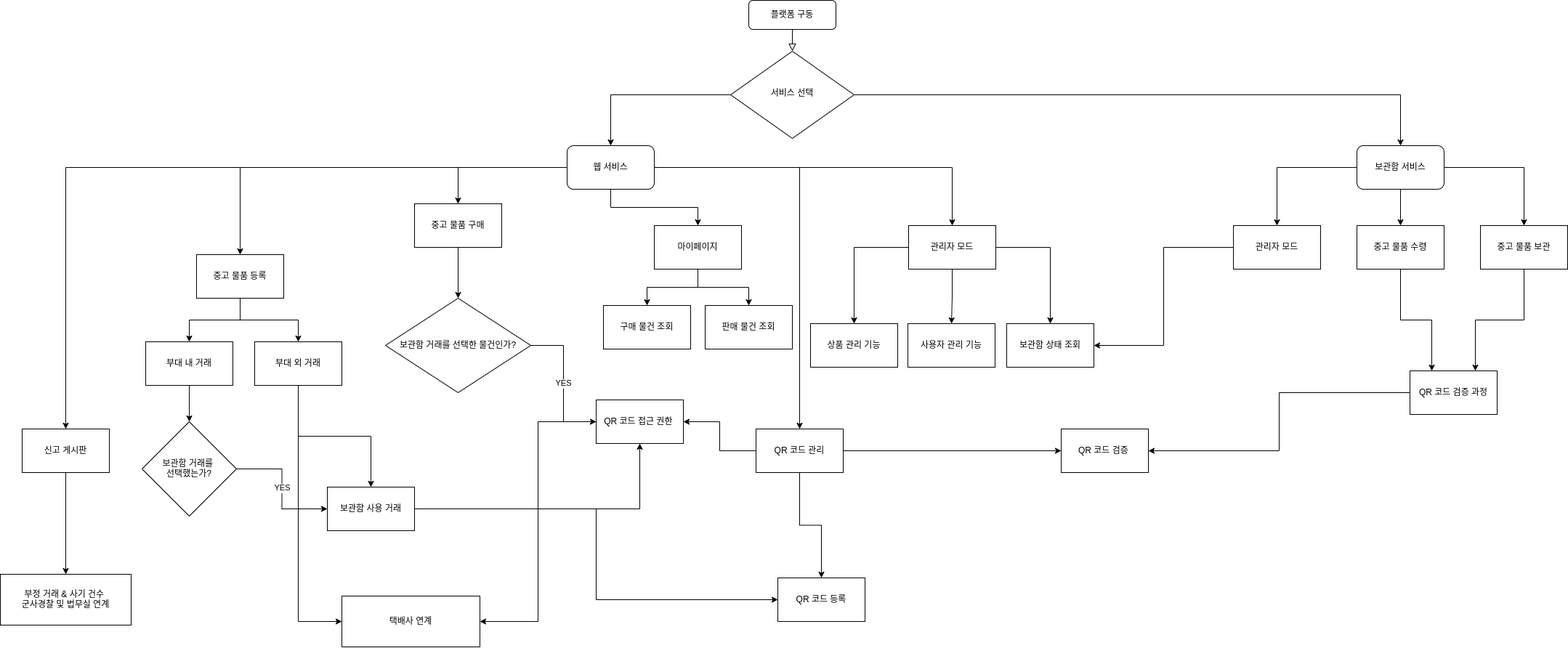
osamhack2021/WEB_IOT_ComradeMarket_MiscThings keeps this draw.io diagram as image/OSAM-platform.png. Above is the earlier version. Source tidied: cells renumbered, new cells last; positions are measured from the earlier drawing's top-left corner, leaving out a move shared by most shapes.
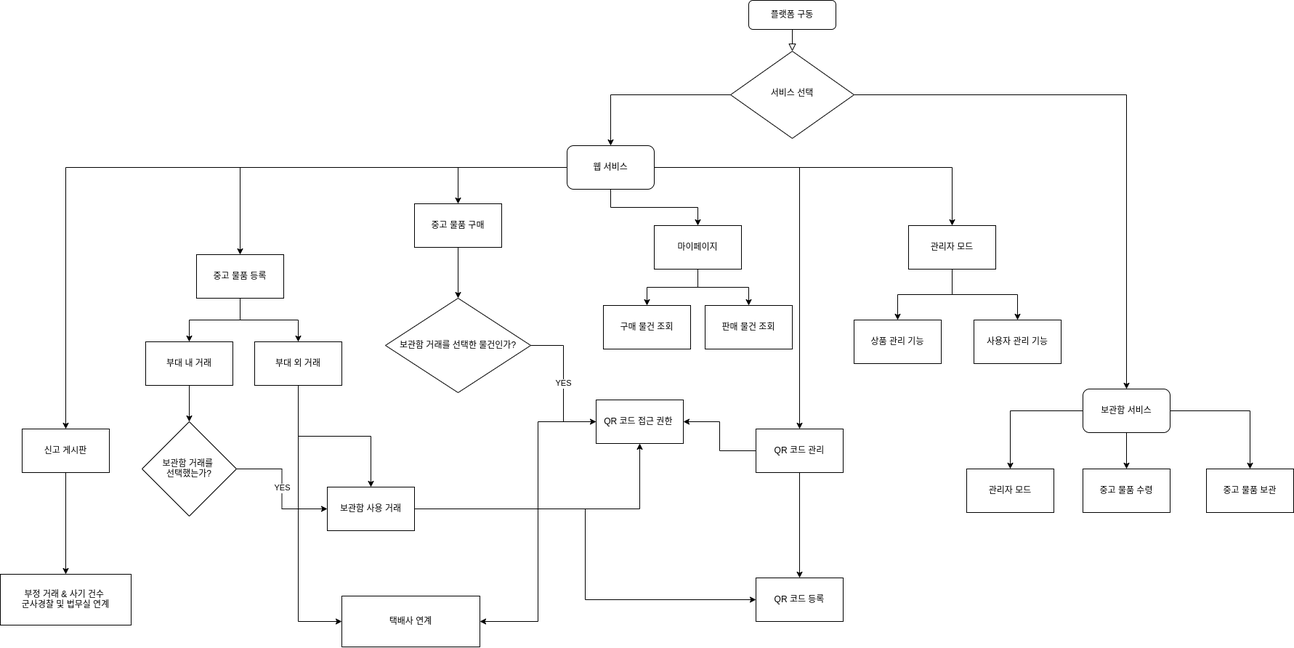
After the change.

Change to the diagram source:
```diff
@@ -48,7 +48,7 @@
       <mxGeometry relative="1" as="geometry" />
     </mxCell>
     <mxCell id="17" value="보관함 서비스" style="rounded=1;whiteSpace=wrap;html=1;" parent="1" vertex="1">
-      <mxGeometry x="1867" y="200" width="120" height="60" as="geometry" />
+      <mxGeometry x="1490" y="535" width="120" height="60" as="geometry" />
     </mxCell>
     <mxCell id="18" style="edgeStyle=orthogonalEdgeStyle;rounded=0;jettySize=auto;html=1;" parent="1" edge="1" source="20" target="43">
       <mxGeometry relative="1" as="geometry" />
@@ -71,9 +71,6 @@
     <mxCell id="24" style="edgeStyle=orthogonalEdgeStyle;rounded=0;jettySize=auto;html=1;" parent="1" edge="1" source="27" target="49">
       <mxGeometry relative="1" as="geometry" />
     </mxCell>
-    <mxCell id="25" style="edgeStyle=orthogonalEdgeStyle;rounded=0;jettySize=auto;html=1;" parent="1" edge="1" source="27" target="50">
-      <mxGeometry relative="1" as="geometry" />
-    </mxCell>
     <mxCell id="26" style="edgeStyle=orthogonalEdgeStyle;rounded=0;jettySize=auto;html=1;entryX=1;entryY=0.5;entryDx=0;entryDy=0;" parent="1" edge="1" source="27" target="61">
       <mxGeometry relative="1" as="geometry" />
     </mxCell>
@@ -83,9 +80,6 @@
     <mxCell id="28" style="edgeStyle=orthogonalEdgeStyle;rounded=0;jettySize=auto;html=1;" parent="1" edge="1" source="31" target="52">
       <mxGeometry relative="1" as="geometry" />
     </mxCell>
-    <mxCell id="29" style="edgeStyle=orthogonalEdgeStyle;rounded=0;jettySize=auto;html=1;" parent="1" edge="1" source="31" target="54">
-      <mxGeometry relative="1" as="geometry" />
-    </mxCell>
     <mxCell id="30" style="edgeStyle=orthogonalEdgeStyle;rounded=0;jettySize=auto;html=1;entryX=0.5;entryY=0;entryDx=0;entryDy=0;" parent="1" edge="1" source="31" target="53">
       <mxGeometry relative="1" as="geometry" />
     </mxCell>
@@ -104,23 +98,14 @@
     <mxCell id="35" value="중고 물품 구매" style="whiteSpace=wrap;html=1;" parent="1" vertex="1">
       <mxGeometry x="570" y="280" width="120" height="60" as="geometry" />
     </mxCell>
-    <mxCell id="36" style="edgeStyle=orthogonalEdgeStyle;rounded=0;jettySize=auto;html=1;entryX=1;entryY=0.5;entryDx=0;entryDy=0;" parent="1" edge="1" source="37" target="54">
-      <mxGeometry relative="1" as="geometry" />
-    </mxCell>
     <mxCell id="37" value="관리자 모드" style="rounded=0;whiteSpace=wrap;html=1;" parent="1" vertex="1">
-      <mxGeometry x="1697" y="310" width="120" height="60" as="geometry" />
+      <mxGeometry x="1330" y="645" width="120" height="60" as="geometry" />
     </mxCell>
-    <mxCell id="38" style="edgeStyle=orthogonalEdgeStyle;rounded=0;jettySize=auto;html=1;entryX=0.25;entryY=0;entryDx=0;entryDy=0;" parent="1" edge="1" source="39" target="66">
-      <mxGeometry relative="1" as="geometry" />
-    </mxCell>
     <mxCell id="39" value="중고 물품 수령" style="rounded=0;whiteSpace=wrap;html=1;" parent="1" vertex="1">
-      <mxGeometry x="1867" y="310" width="120" height="60" as="geometry" />
+      <mxGeometry x="1490" y="645" width="120" height="60" as="geometry" />
     </mxCell>
-    <mxCell id="40" style="edgeStyle=orthogonalEdgeStyle;rounded=0;jettySize=auto;html=1;entryX=0.75;entryY=0;entryDx=0;entryDy=0;" parent="1" edge="1" source="41" target="66">
-      <mxGeometry relative="1" as="geometry" />
-    </mxCell>
     <mxCell id="41" value="중고 물품 보관" style="rounded=0;whiteSpace=wrap;html=1;" parent="1" vertex="1">
-      <mxGeometry x="2037" y="310" width="120" height="60" as="geometry" />
+      <mxGeometry x="1660" y="645" width="120" height="60" as="geometry" />
     </mxCell>
     <mxCell id="42" style="edgeStyle=orthogonalEdgeStyle;rounded=0;jettySize=auto;html=1;" parent="1" edge="1" source="43" target="48">
       <mxGeometry relative="1" as="geometry" />
@@ -144,23 +129,17 @@
       <mxGeometry x="195" y="580" width="130" height="130" as="geometry" />
     </mxCell>
     <mxCell id="49" value="QR 코드 등록" style="rounded=0;whiteSpace=wrap;html=1;" parent="1" vertex="1">
-      <mxGeometry x="1070" y="795" width="120" height="60" as="geometry" />
+      <mxGeometry x="1040" y="795" width="120" height="60" as="geometry" />
     </mxCell>
-    <mxCell id="50" value="QR 코드 검증&amp;nbsp;" style="rounded=0;whiteSpace=wrap;html=1;" parent="1" vertex="1">
-      <mxGeometry x="1460" y="590" width="120" height="60" as="geometry" />
-    </mxCell>
     <mxCell id="51" value="택배사 연계" style="rounded=0;whiteSpace=wrap;html=1;" parent="1" vertex="1">
       <mxGeometry x="470" y="820" width="190" height="70" as="geometry" />
     </mxCell>
     <mxCell id="52" value="상품 관리 기능" style="whiteSpace=wrap;html=1;" parent="1" vertex="1">
-      <mxGeometry x="1115" y="445" width="120" height="60" as="geometry" />
+      <mxGeometry x="1175" y="440" width="120" height="60" as="geometry" />
     </mxCell>
     <mxCell id="53" value="사용자 관리 기능" style="rounded=0;whiteSpace=wrap;html=1;" parent="1" vertex="1">
-      <mxGeometry x="1249" y="445" width="120" height="60" as="geometry" />
+      <mxGeometry x="1340" y="440" width="120" height="60" as="geometry" />
     </mxCell>
-    <mxCell id="54" value="보관함 상태 조회" style="rounded=0;whiteSpace=wrap;html=1;" parent="1" vertex="1">
-      <mxGeometry x="1385" y="445" width="120" height="60" as="geometry" />
-    </mxCell>
     <mxCell id="55" value="부정 거래 &amp;amp; 사기 건수&amp;nbsp;&lt;br&gt;군사경찰 및 법무실 연계" style="whiteSpace=wrap;html=1;rounded=0;" parent="1" vertex="1">
       <mxGeometry y="790" width="180" height="70" as="geometry" />
     </mxCell>
@@ -191,11 +170,5 @@
     <mxCell id="64" value="보관함 사용 거래" style="rounded=0;whiteSpace=wrap;html=1;" parent="1" vertex="1">
       <mxGeometry x="450" y="670" width="120" height="60" as="geometry" />
     </mxCell>
-    <mxCell id="65" style="edgeStyle=orthogonalEdgeStyle;rounded=0;jettySize=auto;html=1;entryX=1;entryY=0.5;entryDx=0;entryDy=0;" parent="1" edge="1" source="66" target="50">
-      <mxGeometry relative="1" as="geometry" />
-    </mxCell>
-    <mxCell id="66" value="QR 코드 검증 과정" style="rounded=0;whiteSpace=wrap;html=1;" parent="1" vertex="1">
-      <mxGeometry x="1940" y="510" width="120" height="60" as="geometry" />
-    </mxCell>
   </root>
 </mxGraphModel>
```
